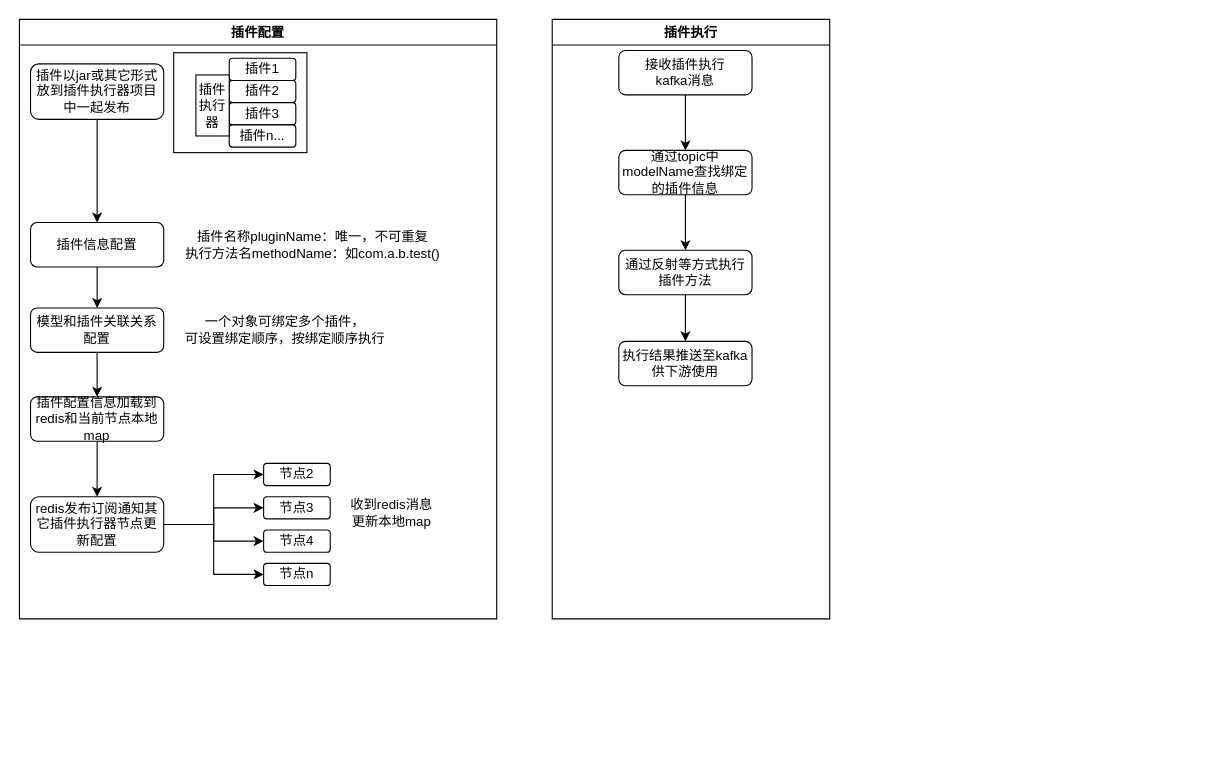
This is 未命名绘图.drawio from Yenjeanhung/yenjeanhung.github.io, a draw.io file, before an edit. Source tidied: cells renumbered, new cells numbered last; positions are measured from the earlier drawing's top-left corner, leaving out a move shared by most shapes. Both pictures are drawn from the tidied source at 111%, with x=0, y=0 at pixel (19, 19).
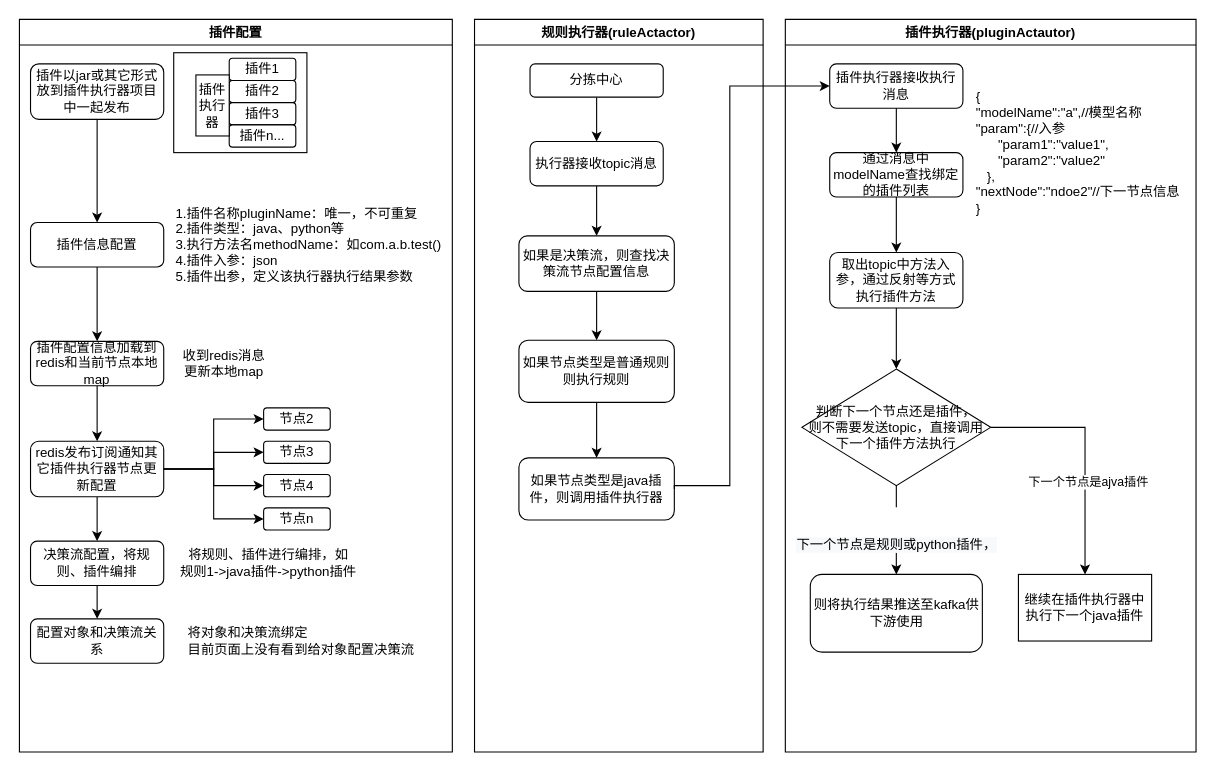
After the change.

Commit message:
更新未命名绘图.drawio

The change refers to these unchanged cells:
```xml
<mxCell id="12" value="插件信息配置" style="rounded=1;whiteSpace=wrap;html=1;fontSize=12;glass=0;strokeWidth=1;shadow=0;" parent="10" vertex="1">
  <mxGeometry x="10" y="183" width="120" height="40" as="geometry" />
</mxCell>
```

The edit, as a diff of the source:
```diff
@@
-    <mxCell id="2" value="插件执行" style="swimlane;" parent="1" vertex="1">
-      <mxGeometry x="480" width="250" height="540" as="geometry" />
-    </mxCell>
-    <mxCell id="3" value="执行结果推送至kafka供下游使用" style="rounded=1;whiteSpace=wrap;html=1;fontSize=12;glass=0;strokeWidth=1;shadow=0;" parent="2" vertex="1">
-      <mxGeometry x="60" y="290" width="120" height="40" as="geometry" />
-    </mxCell>
-    <mxCell id="4" value="接收插件执行&lt;br&gt;kafka消息" style="rounded=1;whiteSpace=wrap;html=1;fontSize=12;glass=0;strokeWidth=1;shadow=0;" parent="2" vertex="1">
-      <mxGeometry x="60" y="28" width="120" height="40" as="geometry" />
-    </mxCell>
-    <mxCell id="5" value="&lt;span&gt;通过topic中modelName查找绑定的插件信息&lt;/span&gt;" style="rounded=1;whiteSpace=wrap;html=1;fontSize=12;glass=0;strokeWidth=1;shadow=0;" parent="2" vertex="1">
-      <mxGeometry x="60" y="118" width="120" height="40" as="geometry" />
-    </mxCell>
-    <mxCell id="6" style="edgeStyle=orthogonalEdgeStyle;rounded=0;jettySize=auto;html=1;" parent="2" edge="1" source="4" target="5">
-      <mxGeometry relative="1" as="geometry" />
-    </mxCell>
-    <mxCell id="7" style="edgeStyle=orthogonalEdgeStyle;rounded=0;jettySize=auto;html=1;" parent="2" edge="1" source="8" target="3">
-      <mxGeometry relative="1" as="geometry" />
-    </mxCell>
-    <mxCell id="8" value="通过反射等方式执行插件方法" style="rounded=1;whiteSpace=wrap;html=1;fontSize=12;glass=0;strokeWidth=1;shadow=0;" parent="2" vertex="1">
-      <mxGeometry x="60" y="208" width="120" height="40" as="geometry" />
-    </mxCell>
-    <mxCell id="9" style="edgeStyle=orthogonalEdgeStyle;rounded=0;jettySize=auto;html=1;" parent="2" edge="1" source="5" target="8">
-      <mxGeometry relative="1" as="geometry" />
-    </mxCell>
+    <mxCell id="37" value="插件执行器(pluginActautor)" style="swimlane;" parent="1" vertex="1">
+      <mxGeometry x="690" width="370" height="660" as="geometry" />
+    </mxCell>
+    <mxCell id="38" value="插件执行器接收执行&lt;br&gt;消息" style="rounded=1;whiteSpace=wrap;html=1;fontSize=12;glass=0;strokeWidth=1;shadow=0;" parent="37" vertex="1">
+      <mxGeometry x="40" y="40" width="120" height="40" as="geometry" />
+    </mxCell>
+    <mxCell id="39" value="&lt;span&gt;通过消息中modelName查找绑定的插件列表&lt;/span&gt;" style="rounded=1;whiteSpace=wrap;html=1;fontSize=12;glass=0;strokeWidth=1;shadow=0;" parent="37" vertex="1">
+      <mxGeometry x="40" y="120" width="120" height="40" as="geometry" />
+    </mxCell>
+    <mxCell id="40" style="edgeStyle=orthogonalEdgeStyle;rounded=0;jettySize=auto;html=1;" parent="37" edge="1" source="38" target="39">
+      <mxGeometry relative="1" as="geometry" />
+    </mxCell>
+    <mxCell id="41" style="edgeStyle=orthogonalEdgeStyle;rounded=0;jettySize=auto;html=1;entryX=0.5;entryY=0;entryDx=0;entryDy=0;" parent="37" edge="1" source="42" target="47">
+      <mxGeometry relative="1" as="geometry" />
+    </mxCell>
+    <mxCell id="42" value="取出topic中方法入参，通过反射等方式执行插件方法" style="rounded=1;whiteSpace=wrap;html=1;fontSize=12;glass=0;strokeWidth=1;shadow=0;" parent="37" vertex="1">
+      <mxGeometry x="40" y="210" width="120" height="50" as="geometry" />
+    </mxCell>
+    <mxCell id="43" style="edgeStyle=orthogonalEdgeStyle;rounded=0;jettySize=auto;html=1;" parent="37" edge="1" source="39" target="42">
+      <mxGeometry relative="1" as="geometry" />
+    </mxCell>
+    <mxCell id="44" value="则将执行结果推送至kafka供下游使用" style="rounded=1;whiteSpace=wrap;html=1;fontSize=12;glass=0;strokeWidth=1;shadow=0;" parent="37" vertex="1">
+      <mxGeometry x="22.5" y="500" width="155" height="70" as="geometry" />
+    </mxCell>
+    <mxCell id="45" value="&lt;div&gt;{&lt;/div&gt;&lt;div&gt;&lt;span&gt; &lt;/span&gt;&quot;modelName&quot;:&quot;a&quot;,//模型名称&lt;/div&gt;&lt;div&gt;&lt;span&gt; &lt;/span&gt;&quot;param&quot;:{//入参&lt;/div&gt;&lt;div&gt;&amp;nbsp; &amp;nbsp; &amp;nbsp; &quot;param1&quot;:&quot;value1&quot;,&lt;/div&gt;&lt;div&gt;&amp;nbsp; &amp;nbsp; &amp;nbsp; &quot;param2&quot;:&quot;value2&quot;&lt;/div&gt;&lt;div&gt;&amp;nbsp; &amp;nbsp;},&lt;/div&gt;&lt;div&gt;&quot;nextNode&quot;:&quot;ndoe2&quot;//下一节点信息&lt;/div&gt;&lt;div&gt;}&lt;/div&gt;" style="text;html=1;align=left;verticalAlign=middle;fillColor=none;strokeColor=none;rounded=0;" parent="37" vertex="1">
+      <mxGeometry x="170" y="60" width="200" height="120" as="geometry" />
+    </mxCell>
+    <mxCell id="46" value="&lt;br&gt;&lt;br&gt;&lt;span style=&quot;color: rgb(0 , 0 , 0) ; font-family: &amp;#34;helvetica&amp;#34; ; font-size: 12px ; font-style: normal ; font-weight: 400 ; letter-spacing: normal ; text-align: center ; text-indent: 0px ; text-transform: none ; word-spacing: 0px ; background-color: rgb(248 , 249 , 250) ; display: inline ; float: none&quot;&gt;下一个节点是规则或python插件，&lt;/span&gt;&lt;br&gt;" style="edgeStyle=orthogonalEdgeStyle;rounded=0;jettySize=auto;html=1;" parent="37" edge="1" source="47" target="44">
+      <mxGeometry relative="1" as="geometry">
+        <Array as="points">
+          <mxPoint x="100" y="450" />
+          <mxPoint x="100" y="450" />
+        </Array>
+      </mxGeometry>
+    </mxCell>
+    <mxCell id="47" value="判断下一个节点还是插件，&lt;br&gt;则不需要发送topic，直接调用&lt;br&gt;下一个插件方法执行" style="rhombus;whiteSpace=wrap;html=1;" parent="37" vertex="1">
+      <mxGeometry x="15" y="315" width="170" height="105" as="geometry" />
+    </mxCell>
+    <mxCell id="48" value="继续在插件执行器中执行下一个java插件" style="whiteSpace=wrap;html=1;" parent="37" vertex="1">
+      <mxGeometry x="210" y="500" width="120" height="60" as="geometry" />
+    </mxCell>
+    <mxCell id="49" style="edgeStyle=orthogonalEdgeStyle;rounded=0;jettySize=auto;html=1;" parent="37" edge="1" source="47" target="48">
+      <mxGeometry relative="1" as="geometry" />
+    </mxCell>
+    <mxCell id="50" value="下一个节点是ajva插件" style="edgeLabel;html=1;align=center;verticalAlign=middle;" parent="49" vertex="1">
+      <mxGeometry x="0.23" y="2" relative="1" as="geometry" />
+    </mxCell>
     <mxCell id="10" value="插件配置" style="swimlane;" parent="1" vertex="1">
-      <mxGeometry width="430" height="540" as="geometry" />
+      <mxGeometry width="390" height="660" as="geometry" />
     </mxCell>
@@
+    <mxCell id="51" style="edgeStyle=orthogonalEdgeStyle;rounded=0;jettySize=auto;html=1;entryX=0.5;entryY=0;entryDx=0;entryDy=0;" parent="10" edge="1" source="12" target="14">
+      <mxGeometry relative="1" as="geometry" />
+    </mxCell>
@@
-    <mxCell id="13" value="插件名称pluginName：唯一，不可重复&lt;br&gt;执行方法名methodName：如com.a.b.test()" style="text;html=1;align=center;verticalAlign=middle;fillColor=none;strokeColor=none;rounded=0;" parent="10" vertex="1">
-      <mxGeometry x="139" y="188" width="250" height="30" as="geometry" />
-    </mxCell>
+    <mxCell id="52" value="1.插件名称pluginName：唯一，不可重复&lt;br&gt;2.插件类型：java、python等&lt;br&gt;3.执行方法名methodName：如com.a.b.test()&lt;br&gt;&lt;div&gt;&lt;span&gt;4.插件入参：json&lt;/span&gt;&lt;/div&gt;&lt;div&gt;&lt;span&gt;5.插件出参，定义该执行器执行结果参数&lt;/span&gt;&lt;/div&gt;" style="text;html=1;align=left;verticalAlign=middle;fillColor=none;strokeColor=none;rounded=0;" parent="10" vertex="1">
+      <mxGeometry x="139" y="163" width="250" height="80" as="geometry" />
+    </mxCell>
+    <mxCell id="16" style="edgeStyle=orthogonalEdgeStyle;rounded=0;jettySize=auto;html=1;" parent="10" edge="1" source="14" target="15">
+      <mxGeometry relative="1" as="geometry" />
+    </mxCell>
     <mxCell id="14" value="插件配置信息加载到redis和当前节点本地map" style="rounded=1;whiteSpace=wrap;html=1;fontSize=12;glass=0;strokeWidth=1;shadow=0;" parent="10" vertex="1">
-      <mxGeometry x="10" y="340" width="120" height="40" as="geometry" />
+      <mxGeometry x="10" y="290" width="120" height="40" as="geometry" />
     </mxCell>
+    <mxCell id="53" style="edgeStyle=orthogonalEdgeStyle;rounded=0;jettySize=auto;html=1;entryX=0.5;entryY=0;entryDx=0;entryDy=0;" parent="10" edge="1" source="15" target="55">
+      <mxGeometry relative="1" as="geometry" />
+    </mxCell>
     <mxCell id="15" value="redis发布订阅通知其它插件执行器节点更新配置" style="rounded=1;whiteSpace=wrap;html=1;fontSize=12;glass=0;strokeWidth=1;shadow=0;" parent="10" vertex="1">
-      <mxGeometry x="10" y="430" width="120" height="50" as="geometry" />
+      <mxGeometry x="10" y="380" width="120" height="50" as="geometry" />
     </mxCell>
-    <mxCell id="16" style="edgeStyle=orthogonalEdgeStyle;rounded=0;jettySize=auto;html=1;" parent="10" edge="1" source="14" target="15">
-      <mxGeometry relative="1" as="geometry" />
-    </mxCell>
-    <mxCell id="17" style="edgeStyle=orthogonalEdgeStyle;rounded=0;jettySize=auto;html=1;" parent="10" edge="1" source="18" target="14">
-      <mxGeometry relative="1" as="geometry" />
-    </mxCell>
-    <mxCell id="18" value="模型和插件关联关系配置" style="rounded=1;whiteSpace=wrap;html=1;fontSize=12;glass=0;strokeWidth=1;shadow=0;" parent="10" vertex="1">
-      <mxGeometry x="10" y="260" width="120" height="40" as="geometry" />
-    </mxCell>
-    <mxCell id="19" style="edgeStyle=orthogonalEdgeStyle;rounded=0;jettySize=auto;html=1;" parent="10" edge="1" source="12" target="18">
-      <mxGeometry relative="1" as="geometry" />
-    </mxCell>
+    <mxCell id="54" style="edgeStyle=orthogonalEdgeStyle;rounded=0;jettySize=auto;html=1;" parent="10" edge="1" source="55" target="57">
+      <mxGeometry relative="1" as="geometry" />
+    </mxCell>
+    <mxCell id="55" value="决策流配置，将规则、插件编排" style="rounded=1;whiteSpace=wrap;html=1;fontSize=12;glass=0;strokeWidth=1;shadow=0;" parent="10" vertex="1">
+      <mxGeometry x="10" y="470" width="120" height="40" as="geometry" />
+    </mxCell>
     <mxCell id="20" value="节点2" style="rounded=1;whiteSpace=wrap;html=1;fontSize=12;glass=0;strokeWidth=1;shadow=0;" parent="10" vertex="1">
-      <mxGeometry x="220" y="400" width="60" height="20" as="geometry" />
+      <mxGeometry x="220" y="350" width="60" height="20" as="geometry" />
     </mxCell>
@@
     <mxCell id="22" value="节点3" style="rounded=1;whiteSpace=wrap;html=1;fontSize=12;glass=0;strokeWidth=1;shadow=0;" parent="10" vertex="1">
-      <mxGeometry x="220" y="430" width="60" height="20" as="geometry" />
+      <mxGeometry x="220" y="380" width="60" height="20" as="geometry" />
     </mxCell>
@@
     <mxCell id="24" value="节点4" style="rounded=1;whiteSpace=wrap;html=1;fontSize=12;glass=0;strokeWidth=1;shadow=0;" parent="10" vertex="1">
-      <mxGeometry x="220" y="460" width="60" height="20" as="geometry" />
+      <mxGeometry x="220" y="410" width="60" height="20" as="geometry" />
     </mxCell>
@@
     <mxCell id="26" value="节点n" style="rounded=1;whiteSpace=wrap;html=1;fontSize=12;glass=0;strokeWidth=1;shadow=0;" parent="10" vertex="1">
-      <mxGeometry x="220" y="490" width="60" height="20" as="geometry" />
+      <mxGeometry x="220" y="440" width="60" height="20" as="geometry" />
     </mxCell>
@@
     <mxCell id="28" value="收到redis消息&lt;br&gt;更新本地map" style="text;html=1;align=center;verticalAlign=middle;fillColor=none;strokeColor=none;rounded=0;" parent="10" vertex="1">
-      <mxGeometry x="290" y="430" width="90" height="30" as="geometry" />
+      <mxGeometry x="139" y="295" width="90" height="30" as="geometry" />
     </mxCell>
@@
-    <mxCell id="36" value="一个对象可绑定多个插件，&lt;br&gt;可设置绑定顺序，按绑定顺序执行" style="text;html=1;align=center;verticalAlign=middle;fillColor=none;strokeColor=none;rounded=0;" parent="10" vertex="1">
-      <mxGeometry x="139" y="265" width="200" height="30" as="geometry" />
-    </mxCell>
+    <mxCell id="56" value="将对象和决策流绑定&lt;br&gt;目前页面上没有看到给对象配置决策流" style="text;html=1;align=left;verticalAlign=middle;fillColor=none;strokeColor=none;rounded=0;" parent="10" vertex="1">
+      <mxGeometry x="150" y="545" width="220" height="30" as="geometry" />
+    </mxCell>
+    <mxCell id="57" value="配置对象和决策流关系" style="rounded=1;whiteSpace=wrap;html=1;fontSize=12;glass=0;strokeWidth=1;shadow=0;" parent="10" vertex="1">
+      <mxGeometry x="10" y="540" width="120" height="40" as="geometry" />
+    </mxCell>
+    <mxCell id="58" value="将规则、插件进行编排，如&lt;br&gt;规则1-&amp;gt;java插件-&amp;gt;python插件" style="text;html=1;align=center;verticalAlign=middle;fillColor=none;strokeColor=none;rounded=0;" parent="10" vertex="1">
+      <mxGeometry x="139" y="475" width="170" height="30" as="geometry" />
+    </mxCell>
+    <mxCell id="59" value="规则执行器(ruleActactor)" style="swimlane;" parent="1" vertex="1">
+      <mxGeometry x="410" width="260" height="660" as="geometry" />
+    </mxCell>
+    <mxCell id="60" style="edgeStyle=orthogonalEdgeStyle;rounded=0;jettySize=auto;html=1;" parent="59" edge="1" source="61" target="63">
+      <mxGeometry relative="1" as="geometry" />
+    </mxCell>
+    <mxCell id="61" value="执行器接收topic消息" style="rounded=1;whiteSpace=wrap;html=1;fontSize=12;glass=0;strokeWidth=1;shadow=0;" parent="59" vertex="1">
+      <mxGeometry x="50" y="110" width="120" height="40" as="geometry" />
+    </mxCell>
+    <mxCell id="62" style="edgeStyle=orthogonalEdgeStyle;rounded=0;jettySize=auto;html=1;" parent="59" edge="1" source="63" target="65">
+      <mxGeometry relative="1" as="geometry" />
+    </mxCell>
+    <mxCell id="63" value="如果是决策流，则查找决策流节点配置信息" style="whiteSpace=wrap;html=1;rounded=1;glass=0;strokeWidth=1;shadow=0;" parent="59" vertex="1">
+      <mxGeometry x="40" y="195" width="140" height="50" as="geometry" />
+    </mxCell>
+    <mxCell id="64" style="edgeStyle=orthogonalEdgeStyle;rounded=0;jettySize=auto;html=1;" parent="59" edge="1" source="65" target="66">
+      <mxGeometry relative="1" as="geometry" />
+    </mxCell>
+    <mxCell id="65" value="如果节点类型是普通规则则执行规则" style="rounded=1;whiteSpace=wrap;html=1;glass=0;strokeWidth=1;shadow=0;" parent="59" vertex="1">
+      <mxGeometry x="40" y="289" width="140" height="56" as="geometry" />
+    </mxCell>
+    <mxCell id="66" value="如果节点类型是java插件，则调用插件执行器" style="rounded=1;whiteSpace=wrap;html=1;glass=0;strokeWidth=1;shadow=0;" parent="59" vertex="1">
+      <mxGeometry x="40" y="395" width="140" height="56" as="geometry" />
+    </mxCell>
+    <mxCell id="67" style="edgeStyle=orthogonalEdgeStyle;rounded=0;jettySize=auto;html=1;" parent="59" edge="1" source="68">
+      <mxGeometry relative="1" as="geometry">
+        <mxPoint x="110" y="110" as="targetPoint" />
+      </mxGeometry>
+    </mxCell>
+    <mxCell id="68" value="分拣中心" style="rounded=1;whiteSpace=wrap;html=1;fontSize=12;glass=0;strokeWidth=1;shadow=0;" parent="59" vertex="1">
+      <mxGeometry x="50" y="40" width="120" height="30" as="geometry" />
+    </mxCell>
+    <mxCell id="69" style="edgeStyle=orthogonalEdgeStyle;rounded=0;jettySize=auto;html=1;entryX=0;entryY=0.5;entryDx=0;entryDy=0;exitX=1;exitY=0.5;exitDx=0;exitDy=0;" parent="1" edge="1" source="66" target="38">
+      <mxGeometry relative="1" as="geometry">
+        <Array as="points">
+          <mxPoint x="590" y="420" />
+          <mxPoint x="640" y="420" />
+          <mxPoint x="640" y="60" />
+        </Array>
+      </mxGeometry>
+    </mxCell>
```
